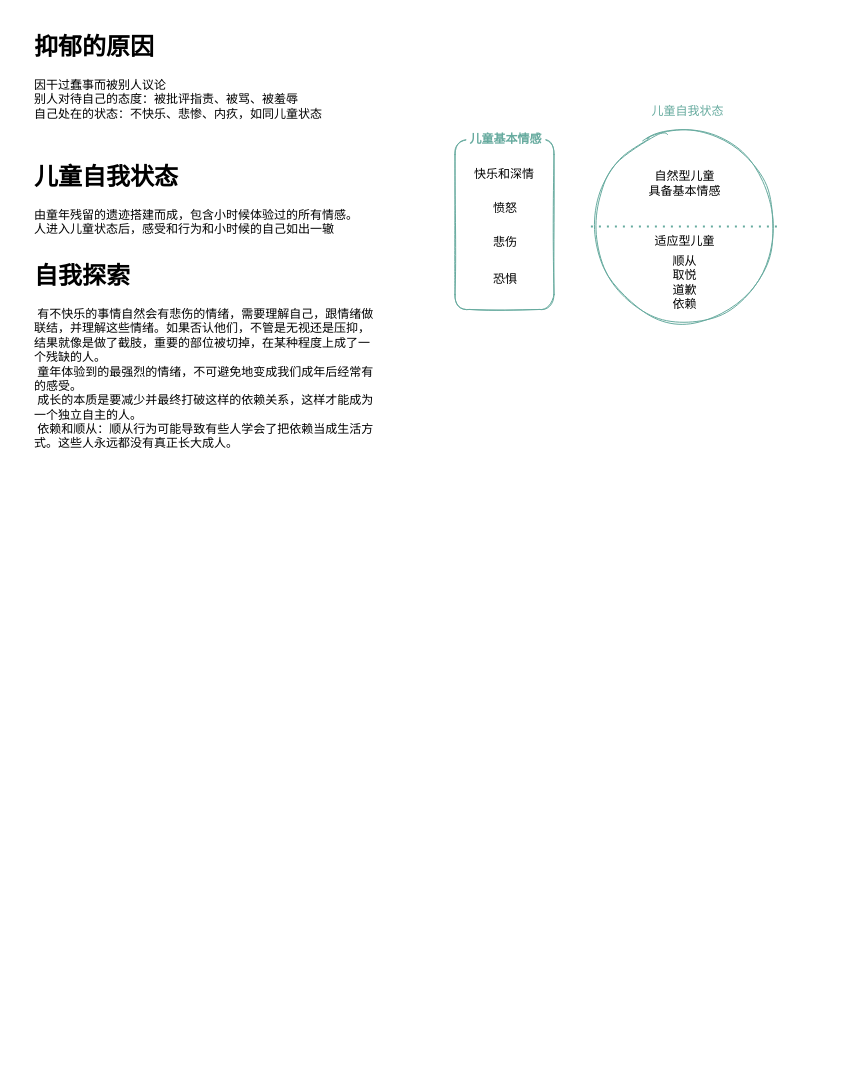
kirito1015/books.read keeps this draw.io diagram as hamaxianshengqukanxinliyisheng/hamaxiansheng.drawio. Above is the earlier version. Source tidied: cells renumbered, new cells numbered last; positions are measured from the earlier drawing's top-left corner, leaving out a move shared by most shapes. Both pictures are drawn from the tidied source at 100%, with x=0, y=0 at pixel (29, 27).
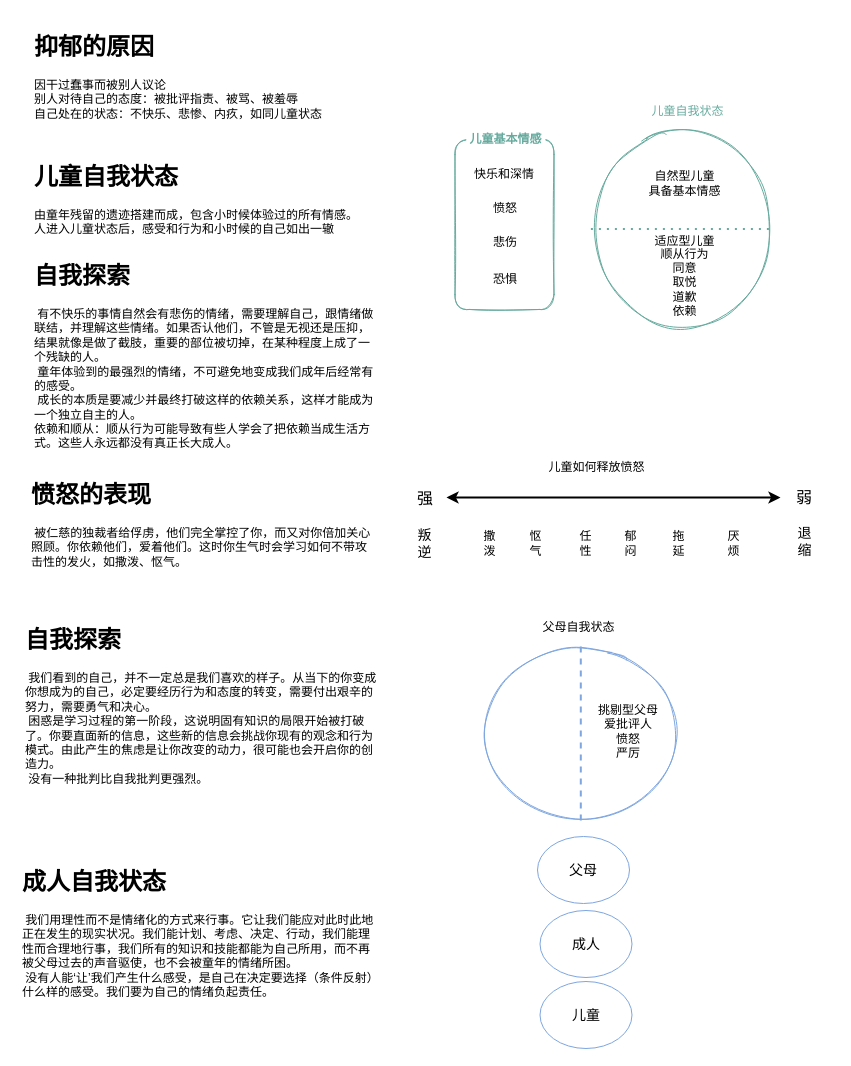
The same diagram, later.

What changed in the source:
```diff
@@
     <mxCell id="2" style="ellipse;whiteSpace=wrap;html=1;shadow=0;sketch=1;fontColor=#000000;strokeColor=#67AB9F;fillColor=default;" parent="1" vertex="1">
-      <mxGeometry x="561.4" y="106" width="187.2" height="186" as="geometry" />
+      <mxGeometry x="561.4" y="106" width="183.6" height="191" as="geometry" />
     </mxCell>
@@
-    <mxCell id="14" value="&lt;h1&gt;自我探索&lt;/h1&gt;&lt;div&gt;&lt;span style=&quot;white-space: pre&quot;&gt; &lt;/span&gt;有不快乐的事情自然会有悲伤的情绪，需要理解自己，跟情绪做联结，并理解这些情绪。如果否认他们，不管是无视还是压抑，结果就像是做了截肢，重要的部位被切掉，在某种程度上成了一个残缺的人。&lt;/div&gt;&lt;div&gt;&lt;span style=&quot;white-space: pre&quot;&gt; &lt;/span&gt;童年体验到的最强烈的情绪，不可避免地变成我们成年后经常有的感受。&lt;/div&gt;&lt;div&gt;&lt;span style=&quot;white-space: pre&quot;&gt; &lt;/span&gt;成长的本质是要减少并最终打破这样的依赖关系，这样才能成为一个独立自主的人。&lt;br&gt;&lt;/div&gt;&lt;div&gt;&lt;span style=&quot;white-space: pre&quot;&gt; &lt;/span&gt;依赖和顺从：顺从行为可能导致有些人学会了把依赖当成生活方式。这些人永远都没有真正长大成人。&lt;br&gt;&lt;/div&gt;" style="text;html=1;strokeColor=none;fillColor=none;spacing=5;spacingTop=-20;whiteSpace=wrap;overflow=hidden;rounded=0;" parent="1" vertex="1">
+    <mxCell id="14" value="&lt;h1&gt;自我探索&lt;/h1&gt;&lt;div&gt;&lt;span style=&quot;white-space: pre&quot;&gt; &lt;/span&gt;有不快乐的事情自然会有悲伤的情绪，需要理解自己，跟情绪做联结，并理解这些情绪。如果否认他们，不管是无视还是压抑，结果就像是做了截肢，重要的部位被切掉，在某种程度上成了一个残缺的人。&lt;/div&gt;&lt;div&gt;&lt;span style=&quot;white-space: pre&quot;&gt; &lt;/span&gt;童年体验到的最强烈的情绪，不可避免地变成我们成年后经常有的感受。&lt;/div&gt;&lt;div&gt;&lt;span style=&quot;white-space: pre&quot;&gt; &lt;/span&gt;成长的本质是要减少并最终打破这样的依赖关系，这样才能成为一个独立自主的人。&lt;br&gt;&lt;/div&gt;&lt;div&gt;依赖和顺从：顺从行为可能导致有些人学会了把依赖当成生活方式。这些人永远都没有真正长大成人。&lt;br&gt;&lt;/div&gt;" style="text;html=1;strokeColor=none;fillColor=none;spacing=5;spacingTop=-20;whiteSpace=wrap;overflow=hidden;rounded=0;" parent="1" vertex="1">
       <mxGeometry y="229" width="354" height="209" as="geometry" />
     </mxCell>
-    <mxCell id="15" value="顺从&lt;br&gt;取悦&lt;br&gt;道歉&lt;br&gt;依赖" style="text;html=1;strokeColor=none;fillColor=none;align=center;verticalAlign=middle;whiteSpace=wrap;rounded=0;shadow=0;sketch=1;fontColor=#000000;" parent="1" vertex="1">
+    <mxCell id="15" value="顺从行为&lt;br&gt;同意&lt;br&gt;取悦&lt;br&gt;道歉&lt;br&gt;依赖" style="text;html=1;strokeColor=none;fillColor=none;align=center;verticalAlign=middle;whiteSpace=wrap;rounded=0;shadow=0;sketch=1;fontColor=#000000;" parent="1" vertex="1">
       <mxGeometry x="602.7" y="222" width="104.5" height="66" as="geometry" />
     </mxCell>
@@
+    <mxCell id="17" value="&lt;h1&gt;愤怒的表现&lt;/h1&gt;&lt;div&gt;&lt;span style=&quot;white-space: pre&quot;&gt; &lt;/span&gt;被仁慈的独裁者给俘虏，他们完全掌控了你，而又对你倍加关心照顾。你依赖他们，爱着他们。这时你生气时会学习如何不带攻击性的发火，如撒泼、怄气。&lt;/div&gt;" style="text;html=1;strokeColor=none;fillColor=none;spacing=5;spacingTop=-20;whiteSpace=wrap;overflow=hidden;rounded=0;" parent="1" vertex="1">
+      <mxGeometry x="-3" y="448" width="351" height="131" as="geometry" />
+    </mxCell>
+    <mxCell id="18" style="endArrow=classic;startArrow=classic;html=1;rounded=0;strokeWidth=2;" parent="1" edge="1">
+      <mxGeometry relative="1" as="geometry">
+        <mxPoint x="417" y="470" as="sourcePoint" />
+        <mxPoint x="751" y="470" as="targetPoint" />
+      </mxGeometry>
+    </mxCell>
+    <mxCell id="19" value="儿童如何释放愤怒" style="text;html=1;strokeColor=none;fillColor=none;align=center;verticalAlign=middle;whiteSpace=wrap;rounded=0;" parent="1" vertex="1">
+      <mxGeometry x="498" y="427" width="139" height="26" as="geometry" />
+    </mxCell>
+    <mxCell id="20" value="强" style="text;html=1;strokeColor=none;fillColor=none;align=center;verticalAlign=middle;whiteSpace=wrap;rounded=0;fontSize=16;" parent="1" vertex="1">
+      <mxGeometry x="365.5" y="456" width="60" height="30" as="geometry" />
+    </mxCell>
+    <mxCell id="21" value="弱" style="text;html=1;strokeColor=none;fillColor=none;align=center;verticalAlign=middle;whiteSpace=wrap;rounded=0;fontSize=16;" parent="1" vertex="1">
+      <mxGeometry x="745" y="455" width="60" height="30" as="geometry" />
+    </mxCell>
+    <mxCell id="22" value="叛逆" style="text;html=1;strokeColor=none;fillColor=none;align=center;verticalAlign=middle;whiteSpace=wrap;rounded=0;fontSize=14;" parent="1" vertex="1">
+      <mxGeometry x="383" y="493" width="25" height="46" as="geometry" />
+    </mxCell>
+    <mxCell id="23" value="退缩" style="text;html=1;strokeColor=none;fillColor=none;align=center;verticalAlign=middle;whiteSpace=wrap;rounded=0;fontSize=14;" parent="1" vertex="1">
+      <mxGeometry x="762.5" y="490.5" width="25" height="46" as="geometry" />
+    </mxCell>
+    <mxCell id="24" value="撒泼" style="text;html=1;strokeColor=none;fillColor=none;align=center;verticalAlign=middle;whiteSpace=wrap;rounded=0;" parent="1" vertex="1">
+      <mxGeometry x="448" y="493" width="25" height="46" as="geometry" />
+    </mxCell>
+    <mxCell id="25" value="怄气" style="text;html=1;strokeColor=none;fillColor=none;align=center;verticalAlign=middle;whiteSpace=wrap;rounded=0;" parent="1" vertex="1">
+      <mxGeometry x="494" y="493" width="25" height="46" as="geometry" />
+    </mxCell>
+    <mxCell id="26" value="任性" style="text;html=1;strokeColor=none;fillColor=none;align=center;verticalAlign=middle;whiteSpace=wrap;rounded=0;" parent="1" vertex="1">
+      <mxGeometry x="544" y="493" width="25" height="46" as="geometry" />
+    </mxCell>
+    <mxCell id="27" value="郁闷" style="text;html=1;strokeColor=none;fillColor=none;align=center;verticalAlign=middle;whiteSpace=wrap;rounded=0;" parent="1" vertex="1">
+      <mxGeometry x="588.5" y="493" width="25" height="46" as="geometry" />
+    </mxCell>
+    <mxCell id="28" value="拖延" style="text;html=1;strokeColor=none;fillColor=none;align=center;verticalAlign=middle;whiteSpace=wrap;rounded=0;" parent="1" vertex="1">
+      <mxGeometry x="637" y="493" width="25" height="46" as="geometry" />
+    </mxCell>
+    <mxCell id="29" value="厌烦" style="text;html=1;strokeColor=none;fillColor=none;align=center;verticalAlign=middle;whiteSpace=wrap;rounded=0;" parent="1" vertex="1">
+      <mxGeometry x="691.5" y="493" width="25" height="46" as="geometry" />
+    </mxCell>
+    <mxCell id="30" value="&lt;h1&gt;自我探索&lt;/h1&gt;&lt;div&gt;&lt;span style=&quot;white-space: pre&quot;&gt; &lt;/span&gt;我们看到的自己，并不一定总是我们喜欢的样子。从当下的你变成你想成为的自己，必定要经历行为和态度的转变，需要付出艰辛的努力，需要勇气和决心。&lt;/div&gt;&lt;div&gt;&lt;span style=&quot;white-space: pre&quot;&gt; &lt;/span&gt;困惑是学习过程的第一阶段，这说明固有知识的局限开始被打破了。你要直面新的信息，这些新的信息会挑战你现有的观念和行为模式。由此产生的焦虑是让你改变的动力，很可能也会开启你的创造力。&lt;br&gt;&lt;/div&gt;&lt;div&gt;&lt;span style=&quot;white-space: pre&quot;&gt; &lt;/span&gt;没有一种批判比自我批判更强烈。&lt;br&gt;&lt;/div&gt;" style="text;html=1;strokeColor=none;fillColor=none;spacing=5;spacingTop=-20;whiteSpace=wrap;overflow=hidden;rounded=0;" parent="1" vertex="1">
+      <mxGeometry x="-9" y="593" width="363" height="183" as="geometry" />
+    </mxCell>
+    <mxCell id="31" style="ellipse;whiteSpace=wrap;html=1;shadow=0;sketch=1;strokeColor=#7EA6E0;" parent="1" vertex="1">
+      <mxGeometry x="451" y="619" width="200.6" height="174" as="geometry" />
+    </mxCell>
+    <mxCell id="32" value="父母自我状态" style="text;html=1;strokeColor=none;fillColor=none;align=center;verticalAlign=middle;whiteSpace=wrap;rounded=0;" parent="1" vertex="1">
+      <mxGeometry x="479.5" y="587" width="139" height="26" as="geometry" />
+    </mxCell>
+    <mxCell id="33" style="endArrow=none;html=1;rounded=0;fontSize=14;strokeWidth=2;exitX=0.5;exitY=1;exitDx=0;exitDy=0;entryX=0.5;entryY=0;entryDx=0;entryDy=0;dashed=1;strokeColor=#7EA6E0;" parent="1" edge="1" source="31" target="31">
+      <mxGeometry relative="1" as="geometry" />
+    </mxCell>
+    <mxCell id="34" value="挑剔型父母&lt;br&gt;爱批评人&lt;br&gt;愤怒&lt;br&gt;严厉" style="text;html=1;strokeColor=none;fillColor=none;align=center;verticalAlign=middle;whiteSpace=wrap;rounded=0;" parent="1" vertex="1">
+      <mxGeometry x="545.6" y="661" width="106" height="86" as="geometry" />
+    </mxCell>
+    <mxCell id="35" value="&lt;h1&gt;成人自我状态&lt;/h1&gt;&lt;div&gt;&lt;span style=&quot;white-space: pre&quot;&gt; &lt;/span&gt;我们用理性而不是情绪化的方式来行事。它让我们能应对此时此地正在发生的现实状况。我们能计划、考虑、决定、行动，我们能理性而合理地行事，我们所有的知识和技能都能为自己所用，而不再被父母过去的声音驱使，也不会被童年的情绪所困。&lt;br&gt;&lt;/div&gt;&lt;div&gt;&lt;span style=&quot;white-space: pre&quot;&gt; &lt;/span&gt;没有人能‘让’我们产生什么感受，是自己在决定要选择（条件反射）什么样的感受。我们要为自己的情绪负起责任。&lt;br&gt;&lt;/div&gt;" style="text;html=1;strokeColor=none;fillColor=none;spacing=5;spacingTop=-20;whiteSpace=wrap;overflow=hidden;rounded=0;" parent="1" vertex="1">
+      <mxGeometry x="-12" y="835" width="363" height="183" as="geometry" />
+    </mxCell>
+    <mxCell id="36" value="父母" style="ellipse;whiteSpace=wrap;html=1;fontSize=14;strokeColor=#7EA6E0;" parent="1" vertex="1">
+      <mxGeometry x="508" y="809" width="92" height="67" as="geometry" />
+    </mxCell>
+    <mxCell id="37" value="成人" style="ellipse;whiteSpace=wrap;html=1;fontSize=14;strokeColor=#7EA6E0;" parent="1" vertex="1">
+      <mxGeometry x="510.5" y="883" width="92" height="67" as="geometry" />
+    </mxCell>
+    <mxCell id="38" value="儿童" style="ellipse;whiteSpace=wrap;html=1;fontSize=14;strokeColor=#7EA6E0;" parent="1" vertex="1">
+      <mxGeometry x="510.5" y="954" width="92" height="67" as="geometry" />
+    </mxCell>
```
